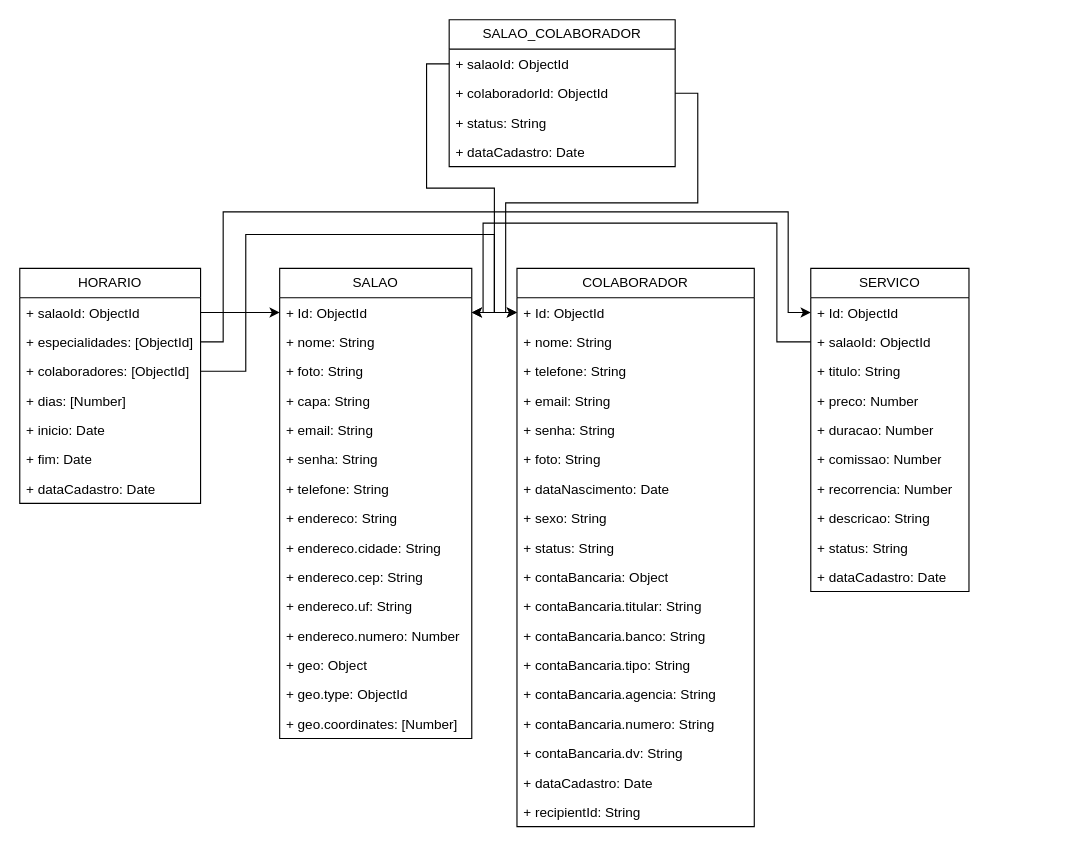
Earlier version of the draw.io diagram CORTE ARTE.drawio (yleosamp/yleosamp). Source tidied: cells renumbered, new cells numbered last; positions are measured from the earlier drawing's top-left corner, leaving out a move shared by most shapes. Both pictures are drawn from the tidied source at 113%, with x=0, y=0 at pixel (19, 19).
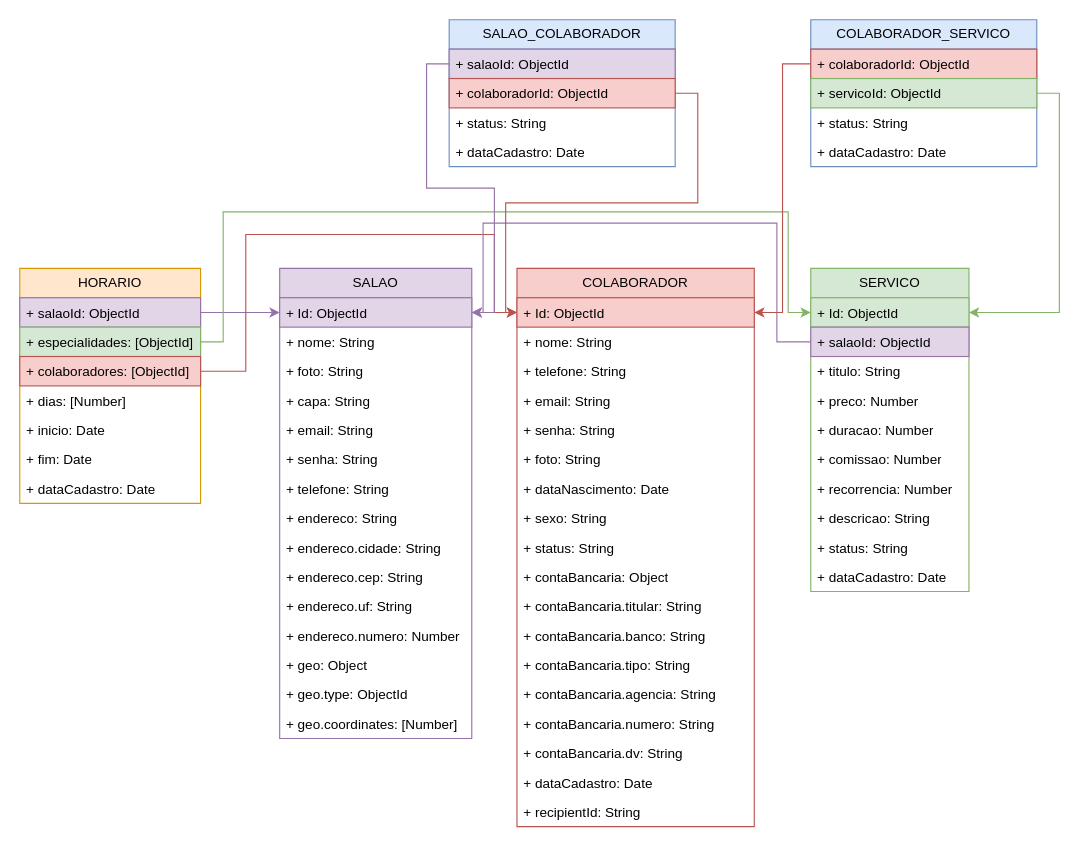
After the change.

The edit, as a diff of the source:
```diff
@@
-    <mxCell id="2" value="SALAO" style="swimlane;fontStyle=0;horizontal=1;startSize=26;fillColor=none;whiteSpace=wrap;html=1;" parent="1" vertex="1">
+    <mxCell id="2" value="SALAO" style="swimlane;fontStyle=0;horizontal=1;startSize=26;fillColor=#e1d5e7;whiteSpace=wrap;html=1;strokeColor=#9673a6;" parent="1" vertex="1">
       <mxGeometry x="230" y="220" width="170" height="416" as="geometry" />
     </mxCell>
-    <mxCell id="3" value="+ Id: ObjectId&lt;br&gt;" style="text;strokeColor=none;fillColor=none;align=left;verticalAlign=top;spacingLeft=4;spacingRight=4;overflow=hidden;points=[[0,0.5],[1,0.5]];portConstraint=eastwest;whiteSpace=wrap;html=1;" parent="2" vertex="1">
+    <mxCell id="3" value="+ Id: ObjectId&lt;br&gt;" style="text;strokeColor=#9673a6;fillColor=#e1d5e7;align=left;verticalAlign=top;spacingLeft=4;spacingRight=4;overflow=hidden;points=[[0,0.5],[1,0.5]];portConstraint=eastwest;whiteSpace=wrap;html=1;" parent="2" vertex="1">
       <mxGeometry y="26" width="170" height="26" as="geometry" />
     </mxCell>
@@
-    <mxCell id="18" value="COLABORADOR" style="swimlane;fontStyle=0;horizontal=1;startSize=26;fillColor=none;whiteSpace=wrap;html=1;" parent="1" vertex="1">
+    <mxCell id="18" value="COLABORADOR" style="swimlane;fontStyle=0;horizontal=1;startSize=26;fillColor=#f8cecc;whiteSpace=wrap;html=1;strokeColor=#b85450;" parent="1" vertex="1">
       <mxGeometry x="440" y="220" width="210" height="494" as="geometry" />
     </mxCell>
-    <mxCell id="19" value="+ Id: ObjectId" style="text;strokeColor=none;fillColor=none;align=left;verticalAlign=top;spacingLeft=4;spacingRight=4;overflow=hidden;points=[[0,0.5],[1,0.5]];portConstraint=eastwest;whiteSpace=wrap;html=1;" parent="18" vertex="1">
+    <mxCell id="19" value="+ Id: ObjectId" style="text;strokeColor=#b85450;fillColor=#f8cecc;align=left;verticalAlign=top;spacingLeft=4;spacingRight=4;overflow=hidden;points=[[0,0.5],[1,0.5]];portConstraint=eastwest;whiteSpace=wrap;html=1;" parent="18" vertex="1">
       <mxGeometry y="26" width="210" height="26" as="geometry" />
     </mxCell>
@@
-    <mxCell id="37" value="SERVICO" style="swimlane;fontStyle=0;horizontal=1;startSize=26;fillColor=none;whiteSpace=wrap;html=1;" parent="1" vertex="1">
+    <mxCell id="37" value="SERVICO" style="swimlane;fontStyle=0;horizontal=1;startSize=26;fillColor=#d5e8d4;whiteSpace=wrap;html=1;strokeColor=#82b366;" parent="1" vertex="1">
       <mxGeometry x="700" y="220" width="140" height="286" as="geometry" />
     </mxCell>
-    <mxCell id="38" value="+ Id: ObjectId" style="text;strokeColor=none;fillColor=none;align=left;verticalAlign=top;spacingLeft=4;spacingRight=4;overflow=hidden;points=[[0,0.5],[1,0.5]];portConstraint=eastwest;whiteSpace=wrap;html=1;" parent="37" vertex="1">
+    <mxCell id="38" value="+ Id: ObjectId" style="text;strokeColor=#82b366;fillColor=#d5e8d4;align=left;verticalAlign=top;spacingLeft=4;spacingRight=4;overflow=hidden;points=[[0,0.5],[1,0.5]];portConstraint=eastwest;whiteSpace=wrap;html=1;" parent="37" vertex="1">
       <mxGeometry y="26" width="140" height="26" as="geometry" />
     </mxCell>
-    <mxCell id="39" value="+ salaoId: ObjectId" style="text;strokeColor=none;fillColor=none;align=left;verticalAlign=top;spacingLeft=4;spacingRight=4;overflow=hidden;points=[[0,0.5],[1,0.5]];portConstraint=eastwest;whiteSpace=wrap;html=1;" parent="37" vertex="1">
+    <mxCell id="39" value="+ salaoId: ObjectId" style="text;strokeColor=#9673a6;fillColor=#e1d5e7;align=left;verticalAlign=top;spacingLeft=4;spacingRight=4;overflow=hidden;points=[[0,0.5],[1,0.5]];portConstraint=eastwest;whiteSpace=wrap;html=1;" parent="37" vertex="1">
       <mxGeometry y="52" width="140" height="26" as="geometry" />
     </mxCell>
@@
-    <mxCell id="48" value="HORARIO" style="swimlane;fontStyle=0;horizontal=1;startSize=26;fillColor=none;whiteSpace=wrap;html=1;" parent="1" vertex="1">
+    <mxCell id="48" value="HORARIO" style="swimlane;fontStyle=0;horizontal=1;startSize=26;fillColor=#ffe6cc;whiteSpace=wrap;html=1;strokeColor=#d79b00;" parent="1" vertex="1">
       <mxGeometry y="220" width="160" height="208" as="geometry" />
     </mxCell>
-    <mxCell id="49" value="+ salaoId: ObjectId" style="text;strokeColor=none;fillColor=none;align=left;verticalAlign=top;spacingLeft=4;spacingRight=4;overflow=hidden;points=[[0,0.5],[1,0.5]];portConstraint=eastwest;whiteSpace=wrap;html=1;" parent="48" vertex="1">
+    <mxCell id="49" value="+ salaoId: ObjectId" style="text;strokeColor=#9673a6;fillColor=#e1d5e7;align=left;verticalAlign=top;spacingLeft=4;spacingRight=4;overflow=hidden;points=[[0,0.5],[1,0.5]];portConstraint=eastwest;whiteSpace=wrap;html=1;" parent="48" vertex="1">
       <mxGeometry y="26" width="160" height="26" as="geometry" />
     </mxCell>
-    <mxCell id="50" value="+ especialidades: [ObjectId]" style="text;strokeColor=none;fillColor=none;align=left;verticalAlign=top;spacingLeft=4;spacingRight=4;overflow=hidden;points=[[0,0.5],[1,0.5]];portConstraint=eastwest;whiteSpace=wrap;html=1;" parent="48" vertex="1">
+    <mxCell id="50" value="+ especialidades: [ObjectId]" style="text;strokeColor=#82b366;fillColor=#d5e8d4;align=left;verticalAlign=top;spacingLeft=4;spacingRight=4;overflow=hidden;points=[[0,0.5],[1,0.5]];portConstraint=eastwest;whiteSpace=wrap;html=1;" parent="48" vertex="1">
       <mxGeometry y="52" width="160" height="26" as="geometry" />
     </mxCell>
-    <mxCell id="51" value="+ colaboradores: [ObjectId]" style="text;strokeColor=none;fillColor=none;align=left;verticalAlign=top;spacingLeft=4;spacingRight=4;overflow=hidden;points=[[0,0.5],[1,0.5]];portConstraint=eastwest;whiteSpace=wrap;html=1;" parent="48" vertex="1">
+    <mxCell id="51" value="+ colaboradores: [ObjectId]" style="text;strokeColor=#b85450;fillColor=#f8cecc;align=left;verticalAlign=top;spacingLeft=4;spacingRight=4;overflow=hidden;points=[[0,0.5],[1,0.5]];portConstraint=eastwest;whiteSpace=wrap;html=1;" parent="48" vertex="1">
       <mxGeometry y="78" width="160" height="26" as="geometry" />
     </mxCell>
@@
-    <mxCell id="56" style="edgeStyle=orthogonalEdgeStyle;rounded=0;jettySize=auto;html=1;exitX=1;exitY=0.5;exitDx=0;exitDy=0;" parent="1" edge="1" source="49" target="3">
+    <mxCell id="56" style="edgeStyle=orthogonalEdgeStyle;rounded=0;jettySize=auto;html=1;exitX=1;exitY=0.5;exitDx=0;exitDy=0;fillColor=#e1d5e7;strokeColor=#9673a6;" parent="1" edge="1" source="49" target="3">
       <mxGeometry relative="1" as="geometry" />
     </mxCell>
-    <mxCell id="57" style="edgeStyle=orthogonalEdgeStyle;rounded=0;jettySize=auto;html=1;exitX=1;exitY=0.5;exitDx=0;exitDy=0;entryX=0;entryY=0.5;entryDx=0;entryDy=0;" parent="1" edge="1" source="50" target="38">
+    <mxCell id="57" style="edgeStyle=orthogonalEdgeStyle;rounded=0;jettySize=auto;html=1;exitX=1;exitY=0.5;exitDx=0;exitDy=0;entryX=0;entryY=0.5;entryDx=0;entryDy=0;fillColor=#d5e8d4;strokeColor=#82b366;" parent="1" edge="1" source="50" target="38">
       <mxGeometry relative="1" as="geometry">
         <Array as="points">
           <mxPoint x="180" y="285" />
           <mxPoint x="180" y="170" />
           <mxPoint x="680" y="170" />
           <mxPoint x="680" y="259" />
         </Array>
       </mxGeometry>
     </mxCell>
-    <mxCell id="58" style="edgeStyle=orthogonalEdgeStyle;rounded=0;jettySize=auto;html=1;exitX=1;exitY=0.5;exitDx=0;exitDy=0;entryX=0;entryY=0.5;entryDx=0;entryDy=0;" parent="1" edge="1" source="51" target="19">
+    <mxCell id="58" style="edgeStyle=orthogonalEdgeStyle;rounded=0;jettySize=auto;html=1;exitX=1;exitY=0.5;exitDx=0;exitDy=0;entryX=0;entryY=0.5;entryDx=0;entryDy=0;fillColor=#f8cecc;strokeColor=#b85450;" parent="1" edge="1" source="51" target="19">
       <mxGeometry relative="1" as="geometry">
         <Array as="points">
           <mxPoint x="200" y="311" />
           <mxPoint x="200" y="190" />
           <mxPoint x="420" y="190" />
           <mxPoint x="420" y="259" />
         </Array>
       </mxGeometry>
     </mxCell>
-    <mxCell id="59" style="edgeStyle=orthogonalEdgeStyle;rounded=0;jettySize=auto;html=1;exitX=0;exitY=0.5;exitDx=0;exitDy=0;entryX=1;entryY=0.5;entryDx=0;entryDy=0;" parent="1" edge="1" source="39" target="3">
+    <mxCell id="59" style="edgeStyle=orthogonalEdgeStyle;rounded=0;jettySize=auto;html=1;exitX=0;exitY=0.5;exitDx=0;exitDy=0;entryX=1;entryY=0.5;entryDx=0;entryDy=0;fillColor=#e1d5e7;strokeColor=#9673a6;" parent="1" edge="1" source="39" target="3">
       <mxGeometry relative="1" as="geometry">
         <Array as="points">
           <mxPoint x="670" y="285" />
           <mxPoint x="670" y="180" />
           <mxPoint x="410" y="180" />
           <mxPoint x="410" y="259" />
         </Array>
       </mxGeometry>
     </mxCell>
-    <mxCell id="60" value="SALAO_COLABORADOR" style="swimlane;fontStyle=0;horizontal=1;startSize=26;fillColor=none;whiteSpace=wrap;html=1;" parent="1" vertex="1">
+    <mxCell id="60" value="SALAO_COLABORADOR" style="swimlane;fontStyle=0;horizontal=1;startSize=26;fillColor=#dae8fc;whiteSpace=wrap;html=1;strokeColor=#6c8ebf;" parent="1" vertex="1">
       <mxGeometry x="380" width="200" height="130" as="geometry" />
     </mxCell>
-    <mxCell id="61" value="+ salaoId: ObjectId" style="text;strokeColor=none;fillColor=none;align=left;verticalAlign=top;spacingLeft=4;spacingRight=4;overflow=hidden;points=[[0,0.5],[1,0.5]];portConstraint=eastwest;whiteSpace=wrap;html=1;" parent="60" vertex="1">
+    <mxCell id="61" value="+ salaoId: ObjectId" style="text;strokeColor=#9673a6;fillColor=#e1d5e7;align=left;verticalAlign=top;spacingLeft=4;spacingRight=4;overflow=hidden;points=[[0,0.5],[1,0.5]];portConstraint=eastwest;whiteSpace=wrap;html=1;" parent="60" vertex="1">
       <mxGeometry y="26" width="200" height="26" as="geometry" />
     </mxCell>
-    <mxCell id="62" value="+ colaboradorId: ObjectId" style="text;strokeColor=none;fillColor=none;align=left;verticalAlign=top;spacingLeft=4;spacingRight=4;overflow=hidden;points=[[0,0.5],[1,0.5]];portConstraint=eastwest;whiteSpace=wrap;html=1;" parent="60" vertex="1">
+    <mxCell id="62" value="+ colaboradorId: ObjectId" style="text;strokeColor=#b85450;fillColor=#f8cecc;align=left;verticalAlign=top;spacingLeft=4;spacingRight=4;overflow=hidden;points=[[0,0.5],[1,0.5]];portConstraint=eastwest;whiteSpace=wrap;html=1;" parent="60" vertex="1">
       <mxGeometry y="52" width="200" height="26" as="geometry" />
     </mxCell>
@@
-    <mxCell id="65" style="edgeStyle=orthogonalEdgeStyle;rounded=0;jettySize=auto;html=1;exitX=0;exitY=0.5;exitDx=0;exitDy=0;" parent="1" edge="1" source="61" target="3">
+    <mxCell id="65" style="edgeStyle=orthogonalEdgeStyle;rounded=0;jettySize=auto;html=1;exitX=0;exitY=0.5;exitDx=0;exitDy=0;fillColor=#e1d5e7;strokeColor=#9673a6;" parent="1" edge="1" source="61" target="3">
       <mxGeometry relative="1" as="geometry" />
     </mxCell>
-    <mxCell id="66" style="edgeStyle=orthogonalEdgeStyle;rounded=0;jettySize=auto;html=1;exitX=1;exitY=0.5;exitDx=0;exitDy=0;" parent="1" edge="1" source="62" target="19">
+    <mxCell id="66" style="edgeStyle=orthogonalEdgeStyle;rounded=0;jettySize=auto;html=1;exitX=1;exitY=0.5;exitDx=0;exitDy=0;fillColor=#f8cecc;strokeColor=#b85450;" parent="1" edge="1" source="62" target="19">
       <mxGeometry relative="1" as="geometry">
         <Array as="points">
           <mxPoint x="600" y="65" />
           <mxPoint x="600" y="162" />
           <mxPoint x="430" y="162" />
           <mxPoint x="430" y="259" />
         </Array>
       </mxGeometry>
     </mxCell>
+    <mxCell id="67" value="COLABORADOR_SERVICO" style="swimlane;fontStyle=0;horizontal=1;startSize=26;fillColor=#dae8fc;whiteSpace=wrap;html=1;strokeColor=#6c8ebf;" parent="1" vertex="1">
+      <mxGeometry x="700" width="200" height="130" as="geometry" />
+    </mxCell>
+    <mxCell id="68" value="+ colaboradorId: ObjectId" style="text;strokeColor=#b85450;fillColor=#f8cecc;align=left;verticalAlign=top;spacingLeft=4;spacingRight=4;overflow=hidden;points=[[0,0.5],[1,0.5]];portConstraint=eastwest;whiteSpace=wrap;html=1;" parent="67" vertex="1">
+      <mxGeometry y="26" width="200" height="26" as="geometry" />
+    </mxCell>
+    <mxCell id="69" value="+ servicoId: ObjectId" style="text;strokeColor=#82b366;fillColor=#d5e8d4;align=left;verticalAlign=top;spacingLeft=4;spacingRight=4;overflow=hidden;points=[[0,0.5],[1,0.5]];portConstraint=eastwest;whiteSpace=wrap;html=1;" parent="67" vertex="1">
+      <mxGeometry y="52" width="200" height="26" as="geometry" />
+    </mxCell>
+    <mxCell id="70" value="+ status: String" style="text;strokeColor=none;fillColor=none;align=left;verticalAlign=top;spacingLeft=4;spacingRight=4;overflow=hidden;whiteSpace=wrap;html=1;" parent="67" vertex="1">
+      <mxGeometry y="78" width="200" height="26" as="geometry" />
+    </mxCell>
+    <mxCell id="71" value="+ dataCadastro: Date" style="text;strokeColor=none;fillColor=none;align=left;verticalAlign=top;spacingLeft=4;spacingRight=4;overflow=hidden;whiteSpace=wrap;html=1;" parent="67" vertex="1">
+      <mxGeometry y="104" width="200" height="26" as="geometry" />
+    </mxCell>
+    <mxCell id="72" style="edgeStyle=orthogonalEdgeStyle;rounded=0;jettySize=auto;html=1;exitX=0;exitY=0.5;exitDx=0;exitDy=0;fillColor=#f8cecc;strokeColor=#b85450;" parent="1" edge="1" source="68" target="19">
+      <mxGeometry relative="1" as="geometry" />
+    </mxCell>
+    <mxCell id="73" style="edgeStyle=orthogonalEdgeStyle;rounded=0;jettySize=auto;html=1;exitX=1;exitY=0.5;exitDx=0;exitDy=0;fillColor=#d5e8d4;strokeColor=#82b366;" parent="1" edge="1" source="69" target="38">
+      <mxGeometry relative="1" as="geometry" />
+    </mxCell>
```
